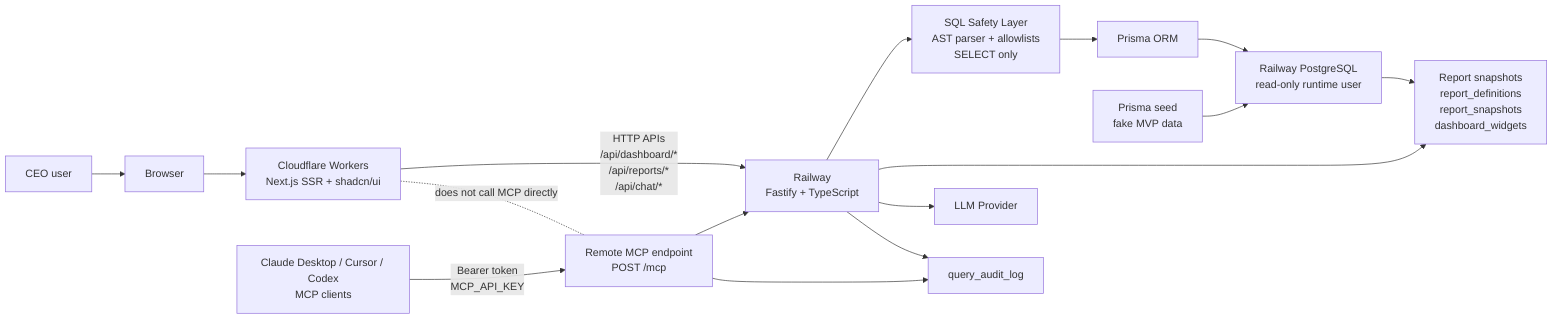
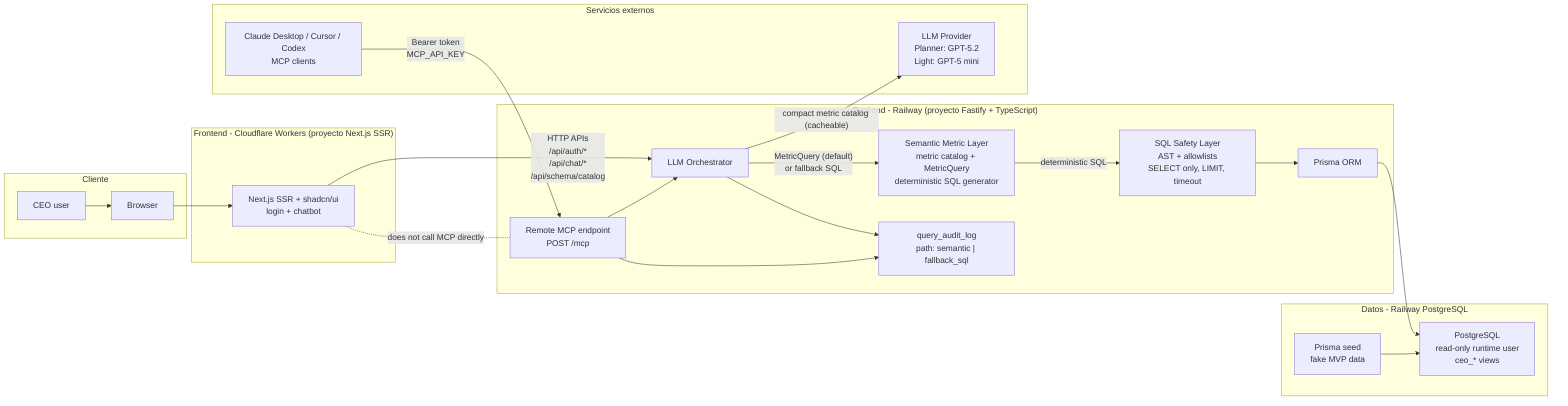
flowchart LR
-   CEO["CEO user"]
-   Browser["Browser"]
-   Cloudflare["Cloudflare Workers\nNext.js SSR + shadcn/ui"]
-   RailwayApi["Railway\nFastify + TypeScript"]
-   MCP["Remote MCP endpoint\nPOST /mcp"]
-   Prisma["Prisma ORM"]
-   Postgres["Railway PostgreSQL\nread-only runtime user"]
-   Seed["Prisma seed\nfake MVP data"]
-   Reports["Report snapshots\nreport_definitions\nreport_snapshots\ndashboard_widgets"]
-   Safety["SQL Safety Layer\nAST parser + allowlists\nSELECT only"]
-   LLM["LLM Provider"]
-   Audit["query_audit_log"]
-   ExternalClients["Claude Desktop / Cursor / Codex\nMCP clients"]
+   subgraph client["Cliente"]
+     CEO["CEO user"]
+     Browser["Browser"]
+   end
+ 
+   subgraph cf["Frontend - Cloudflare Workers (proyecto Next.js SSR)"]
+     Next["Next.js SSR + shadcn/ui\nlogin + chatbot"]
+   end
+ 
+   subgraph railwayApi["Backend - Railway (proyecto Fastify + TypeScript)"]
+     MCP["Remote MCP endpoint\nPOST /mcp"]
+     Orchestrator["LLM Orchestrator"]
+     Semantic["Semantic Metric Layer\nmetric catalog + MetricQuery\ndeterministic SQL generator"]
+     Safety["SQL Safety Layer\nAST + allowlists\nSELECT only, LIMIT, timeout"]
+     Prisma["Prisma ORM"]
+     Audit["query_audit_log\npath: semantic | fallback_sql"]
+   end
+ 
+   subgraph railwayDb["Datos - Railway PostgreSQL"]
+     Postgres["PostgreSQL\nread-only runtime user\nceo_* views"]
+     Seed["Prisma seed\nfake MVP data"]
+   end
+ 
+   subgraph external["Servicios externos"]
+     LLM["LLM Provider\nPlanner: GPT-5.2\nLight: GPT-5 mini"]
+     ExternalClients["Claude Desktop / Cursor / Codex\nMCP clients"]
+   end

  CEO --> Browser
-   Browser --> Cloudflare
-   Cloudflare -->|"HTTP APIs\n/api/dashboard/*\n/api/reports/*\n/api/chat/*"| RailwayApi
-   Cloudflare -. "does not call MCP directly" .- MCP
+   Browser --> Next
+   Next -->|"HTTP APIs\n/api/auth/*\n/api/chat/*\n/api/schema/catalog"| Orchestrator
+   Next -. "does not call MCP directly" .- MCP
  ExternalClients -->|"Bearer token\nMCP_API_KEY"| MCP
-   MCP --> RailwayApi
-   RailwayApi --> Safety
-   RailwayApi --> Reports
-   RailwayApi --> LLM
+   MCP --> Orchestrator
+   Orchestrator -->|"compact metric catalog (cacheable)"| LLM
+   Orchestrator -->|"MetricQuery (default)\nor fallback SQL"| Semantic
+   Semantic -->|"deterministic SQL"| Safety
  Safety --> Prisma
  Prisma --> Postgres
  Seed --> Postgres
-   Postgres --> Reports
-   RailwayApi --> Audit
+   Orchestrator --> Audit
  MCP --> Audit
